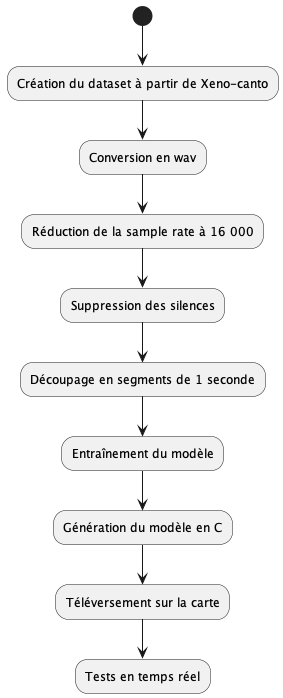
The PlantUML diagram report/images/final_workflow.png in SamiElkateb/embedded_ai_project, before a commit. Its diagram source:
```plantuml
@startuml
(*) --> "Création du dataset à partir de Xeno-canto"
--> "Conversion en wav"
--> "Réduction de la sample rate à 16 000"
--> "Suppression des silences"
--> "Découpage en segments de 1 seconde"
--> "Entraînement du modèle"
--> "Génération du modèle en C"
--> "Téléversement sur la carte"
--> "Tests en temps réel"
@enduml
```
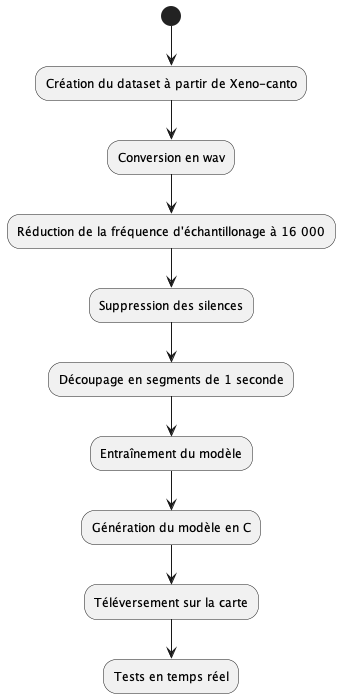
Above is the later version.

Change to the diagram source:
```diff
@@ -1,7 +1,7 @@
 @startuml
 (*) --> "Création du dataset à partir de Xeno-canto"
 --> "Conversion en wav"
---> "Réduction de la sample rate à 16 000"
+--> "Réduction de la fréquence d'échantillonage à 16 000"
 --> "Suppression des silences"
 --> "Découpage en segments de 1 seconde"
 --> "Entraînement du modèle"
```
